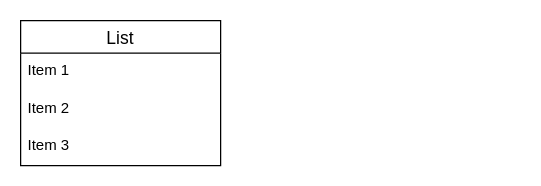
Earlier version of the draw.io diagram 名称未設定ファイル.drawio (teme-qualia/household-account-book). Source tidied: cells renumbered, new cells numbered last; positions are measured from the earlier drawing's top-left corner, leaving out a move shared by most shapes. Both pictures are drawn from the tidied source at 125%, with x=0, y=0 at pixel (20, 20).
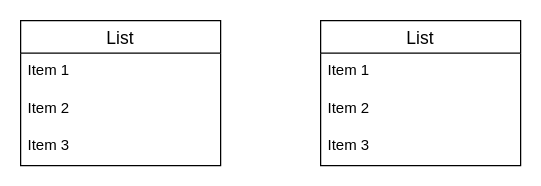
After the change.

Commit message:
名称未設定ファイル.drawio を更新します

Change to the diagram source:
```diff
@@
 <mxGraphModel>
   <root>
     <mxCell id="0" />
     <mxCell id="1" parent="0" />
     <mxCell id="2" value="List" style="swimlane;fontStyle=0;horizontal=1;startSize=26;align=center;fontSize=14;" parent="1" vertex="1">
       <mxGeometry width="160" height="116" as="geometry" />
     </mxCell>
     <mxCell id="3" value="Item 1" style="text;strokeColor=none;fillColor=none;spacingLeft=4;spacingRight=4;overflow=hidden;fontSize=12;" parent="2" vertex="1">
       <mxGeometry y="26" width="160" height="30" as="geometry" />
     </mxCell>
     <mxCell id="4" value="Item 2" style="text;strokeColor=none;fillColor=none;spacingLeft=4;spacingRight=4;overflow=hidden;fontSize=12;" parent="2" vertex="1">
       <mxGeometry y="56" width="160" height="30" as="geometry" />
     </mxCell>
     <mxCell id="5" value="Item 3" style="text;strokeColor=none;fillColor=none;spacingLeft=4;spacingRight=4;overflow=hidden;fontSize=12;" parent="2" vertex="1">
       <mxGeometry y="86" width="160" height="30" as="geometry" />
     </mxCell>
+    <mxCell id="6" value="List" style="swimlane;fontStyle=0;horizontal=1;startSize=26;align=center;fontSize=14;" parent="1" vertex="1">
+      <mxGeometry x="240" width="160" height="116" as="geometry" />
+    </mxCell>
+    <mxCell id="7" value="Item 1" style="text;strokeColor=none;fillColor=none;spacingLeft=4;spacingRight=4;overflow=hidden;fontSize=12;" parent="6" vertex="1">
+      <mxGeometry y="26" width="160" height="30" as="geometry" />
+    </mxCell>
+    <mxCell id="8" value="Item 2" style="text;strokeColor=none;fillColor=none;spacingLeft=4;spacingRight=4;overflow=hidden;fontSize=12;" parent="6" vertex="1">
+      <mxGeometry y="56" width="160" height="30" as="geometry" />
+    </mxCell>
+    <mxCell id="9" value="Item 3" style="text;strokeColor=none;fillColor=none;spacingLeft=4;spacingRight=4;overflow=hidden;fontSize=12;" parent="6" vertex="1">
+      <mxGeometry y="86" width="160" height="30" as="geometry" />
+    </mxCell>
   </root>
 </mxGraphModel>
```
